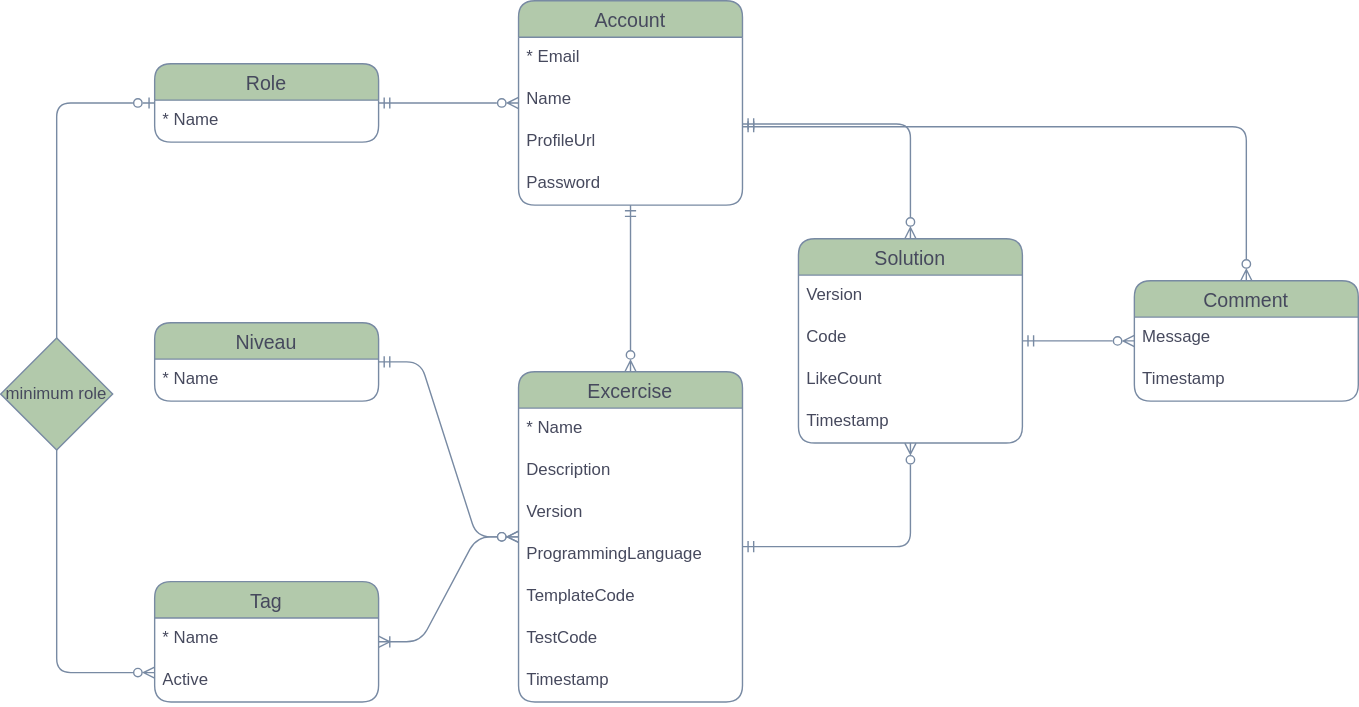
Above: apps/avans-code-web/src/assets/erd.svg in Job79/avans-code (draw.io), before the change. Source tidied: cells renumbered, new cells last; positions are measured from the earlier drawing's top-left corner, leaving out a move shared by most shapes.
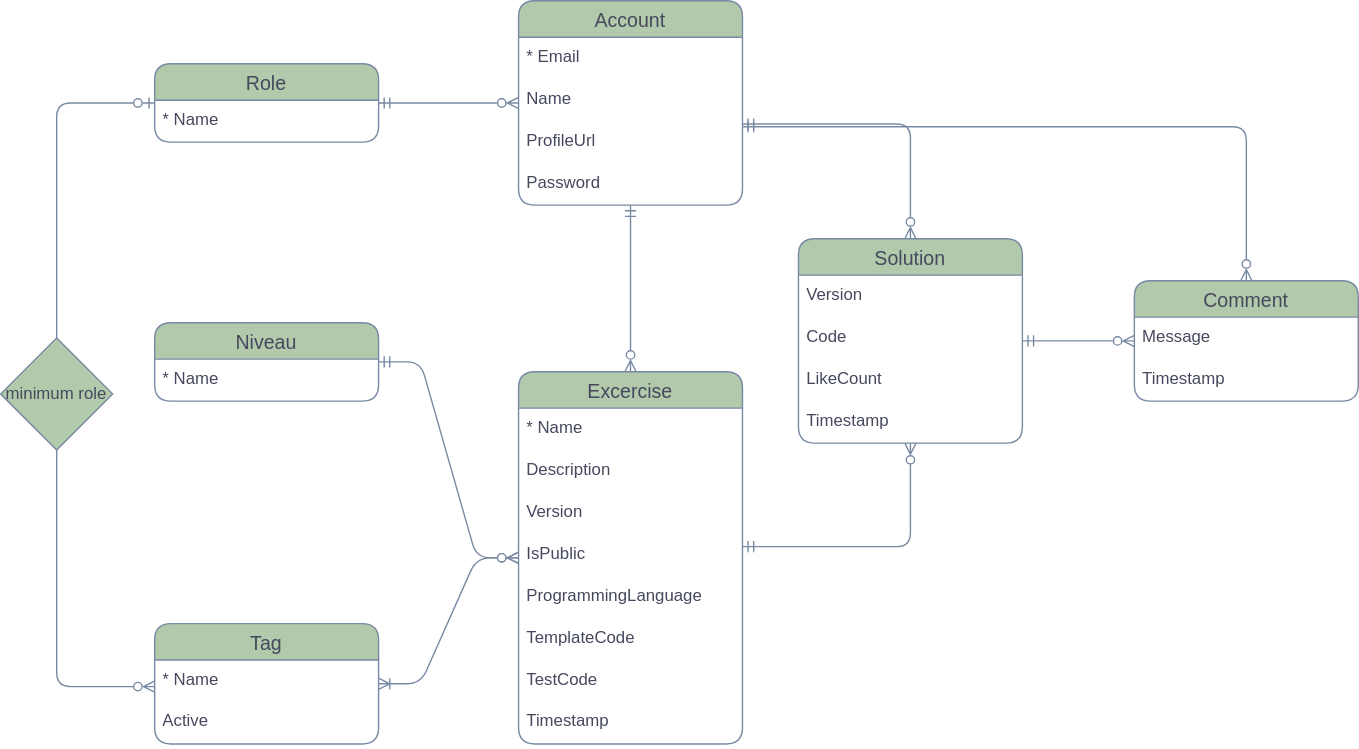
Above is the later version.

The edit, as a diff of the source:
```diff
@@ -10,7 +10,7 @@
       </mxGeometry>
     </mxCell>
     <mxCell id="3" value="Excercise" style="swimlane;fontStyle=0;horizontal=1;startSize=26;align=center;fontSize=14;labelBackgroundColor=none;fillColor=#B2C9AB;strokeColor=#788AA3;fontColor=#46495D;rounded=1;" parent="1" vertex="1">
-      <mxGeometry x="370" y="265" width="160" height="236" as="geometry" />
+      <mxGeometry x="370" y="265" width="160" height="266" as="geometry" />
     </mxCell>
     <mxCell id="4" value="* Name" style="text;strokeColor=none;fillColor=none;spacingLeft=4;spacingRight=4;overflow=hidden;fontSize=12;whiteSpace=wrap;html=1;labelBackgroundColor=none;fontColor=#46495D;rounded=1;" parent="3" vertex="1">
       <mxGeometry y="26" width="160" height="30" as="geometry" />
@@ -18,20 +18,23 @@
     <mxCell id="5" value="Description" style="text;strokeColor=none;fillColor=none;spacingLeft=4;spacingRight=4;overflow=hidden;fontSize=12;whiteSpace=wrap;html=1;labelBackgroundColor=none;fontColor=#46495D;rounded=1;" parent="3" vertex="1">
       <mxGeometry y="56" width="160" height="30" as="geometry" />
     </mxCell>
+    <mxCell id="40" value="Version" style="text;strokeColor=none;fillColor=none;spacingLeft=4;spacingRight=4;overflow=hidden;fontSize=12;whiteSpace=wrap;html=1;labelBackgroundColor=none;fontColor=#46495D;rounded=1;" parent="3" vertex="1">
+      <mxGeometry y="86" width="160" height="30" as="geometry" />
+    </mxCell>
-    <mxCell id="6" value="Version" style="text;strokeColor=none;fillColor=none;spacingLeft=4;spacingRight=4;overflow=hidden;fontSize=12;whiteSpace=wrap;html=1;labelBackgroundColor=none;fontColor=#46495D;rounded=1;" parent="3" vertex="1">
-      <mxGeometry y="86" width="160" height="30" as="geometry" />
+    <mxCell id="6" value="IsPublic" style="text;strokeColor=none;fillColor=none;spacingLeft=4;spacingRight=4;overflow=hidden;fontSize=12;whiteSpace=wrap;html=1;labelBackgroundColor=none;fontColor=#46495D;rounded=1;" parent="3" vertex="1">
+      <mxGeometry y="116" width="160" height="30" as="geometry" />
     </mxCell>
     <mxCell id="7" value="ProgrammingLanguage" style="text;strokeColor=none;fillColor=none;spacingLeft=4;spacingRight=4;overflow=hidden;fontSize=12;whiteSpace=wrap;html=1;labelBackgroundColor=none;fontColor=#46495D;rounded=1;" parent="3" vertex="1">
-      <mxGeometry y="116" width="160" height="30" as="geometry" />
+      <mxGeometry y="146" width="160" height="30" as="geometry" />
     </mxCell>
     <mxCell id="8" value="TemplateCode" style="text;strokeColor=none;fillColor=none;spacingLeft=4;spacingRight=4;overflow=hidden;fontSize=12;whiteSpace=wrap;html=1;labelBackgroundColor=none;fontColor=#46495D;rounded=1;" parent="3" vertex="1">
-      <mxGeometry y="146" width="160" height="30" as="geometry" />
+      <mxGeometry y="176" width="160" height="30" as="geometry" />
     </mxCell>
     <mxCell id="9" value="TestCode" style="text;strokeColor=none;fillColor=none;spacingLeft=4;spacingRight=4;overflow=hidden;fontSize=12;whiteSpace=wrap;html=1;labelBackgroundColor=none;fontColor=#46495D;rounded=1;" parent="3" vertex="1">
-      <mxGeometry y="176" width="160" height="30" as="geometry" />
+      <mxGeometry y="206" width="160" height="30" as="geometry" />
     </mxCell>
     <mxCell id="10" value="Timestamp" style="text;strokeColor=none;fillColor=none;spacingLeft=4;spacingRight=4;overflow=hidden;fontSize=12;whiteSpace=wrap;html=1;labelBackgroundColor=none;fontColor=#46495D;rounded=1;" parent="3" vertex="1">
-      <mxGeometry y="206" width="160" height="30" as="geometry" />
+      <mxGeometry y="236" width="160" height="30" as="geometry" />
     </mxCell>
     <mxCell id="11" style="edgeStyle=orthogonalEdgeStyle;rounded=1;jettySize=auto;html=1;endArrow=ERmandOne;endFill=0;startArrow=ERzeroToMany;startFill=0;labelBackgroundColor=none;strokeColor=#788AA3;fontColor=default;" parent="1" edge="1" source="13" target="29">
       <mxGeometry relative="1" as="geometry">
@@ -59,7 +62,7 @@
       <mxGeometry y="116" width="160" height="30" as="geometry" />
     </mxCell>
     <mxCell id="18" value="Tag" style="swimlane;fontStyle=0;horizontal=1;startSize=26;align=center;fontSize=14;labelBackgroundColor=none;fillColor=#B2C9AB;strokeColor=#788AA3;fontColor=#46495D;rounded=1;" parent="1" vertex="1">
-      <mxGeometry x="110" y="415" width="160" height="86" as="geometry" />
+      <mxGeometry x="110" y="445" width="160" height="86" as="geometry" />
     </mxCell>
     <mxCell id="19" value="* Name" style="text;strokeColor=none;fillColor=none;spacingLeft=4;spacingRight=4;overflow=hidden;fontSize=12;whiteSpace=wrap;html=1;labelBackgroundColor=none;fontColor=#46495D;rounded=1;" parent="18" vertex="1">
       <mxGeometry y="26" width="160" height="30" as="geometry" />
@@ -110,7 +113,7 @@
       <mxGeometry relative="1" as="geometry">
         <Array as="points">
           <mxPoint x="40" y="73" />
-          <mxPoint x="40" y="480" />
+          <mxPoint x="40" y="490" />
         </Array>
       </mxGeometry>
     </mxCell>
```
